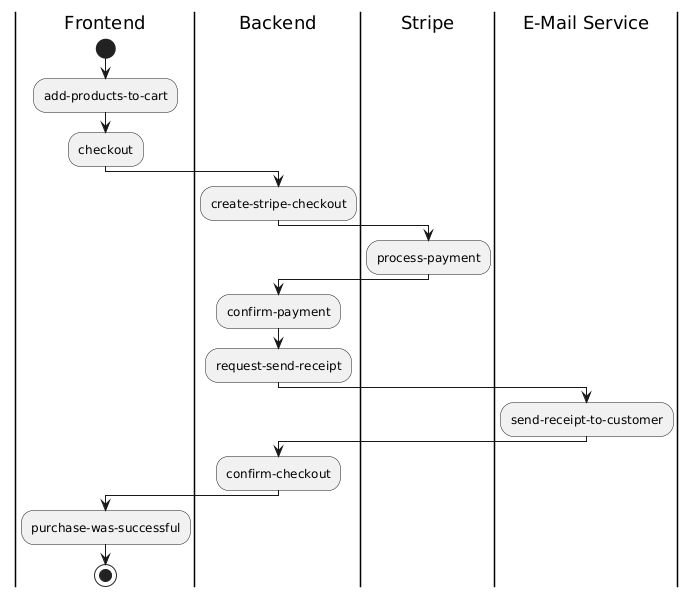
Before: documentation/images/uml_swimlane_checkout.png, a diagram exported from PlantUML (EdwardSpaeth/Cloud-Project-Group-11).
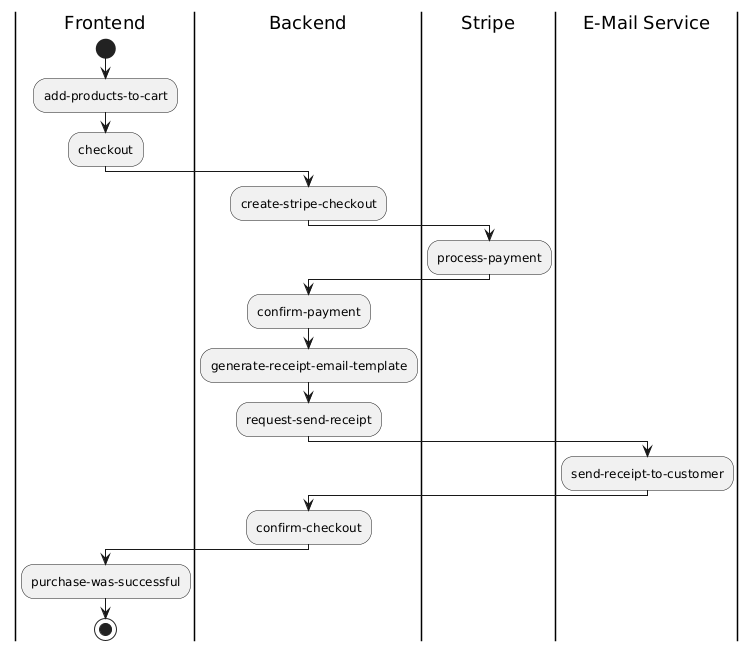
After the commit.

Commit message:
Worked on checkout description

The edit, as a diff of the source:
```diff
@@ -12,6 +12,7 @@
 
 |Backend|
 :confirm-payment;
+:generate-receipt-email-template;
 :request-send-receipt;
 
 |E-Mail Service|
```
